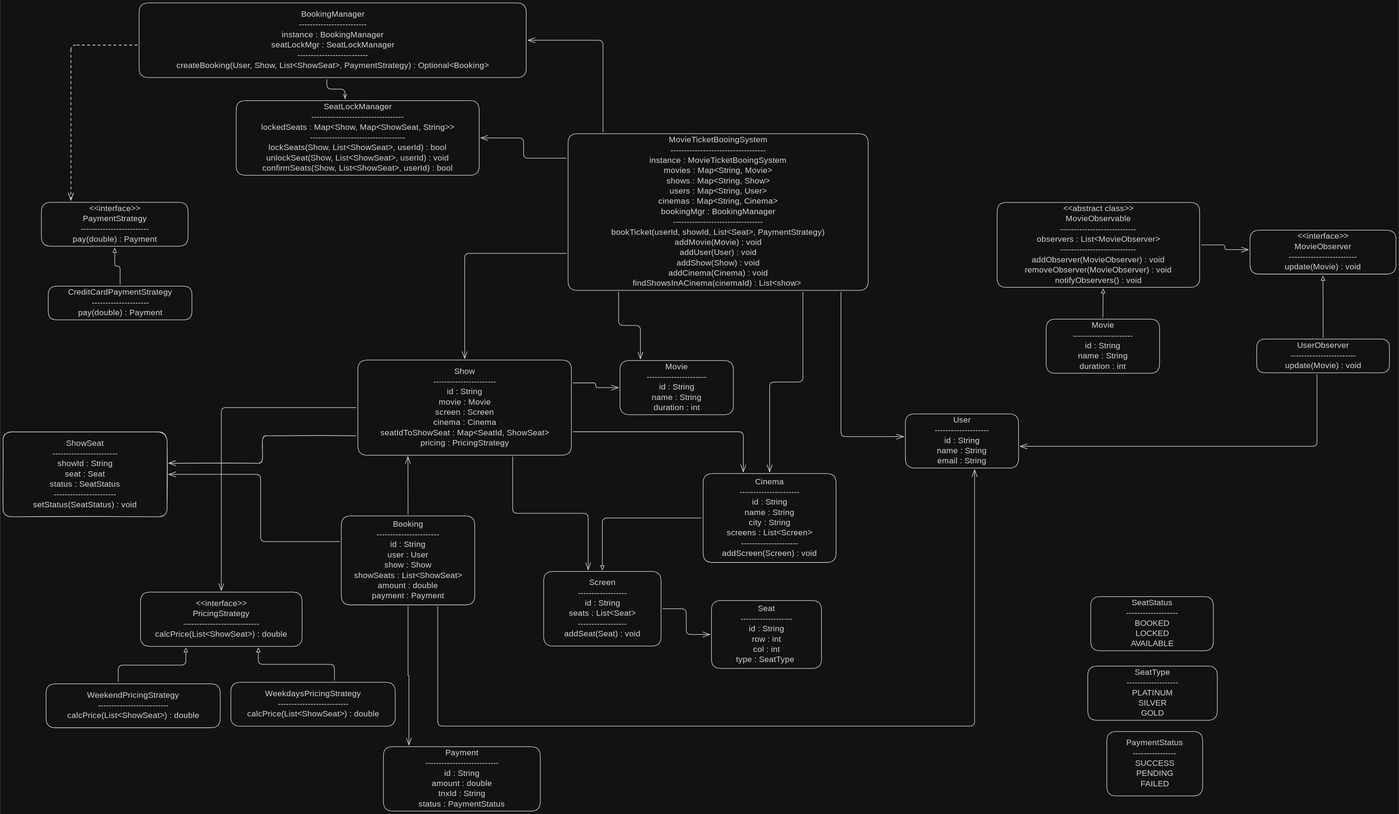
Above: Interview-Problems/src/BookMyShow/images/movie-ticket-booking-uml.excalidraw.svg in ayush-gupta-04/Low-Level-design (Excalidraw), before the change. Source tidied: one line per element, renumbered; positions are measured from the earlier drawing's top-left corner, leaving out a move shared by most shapes.
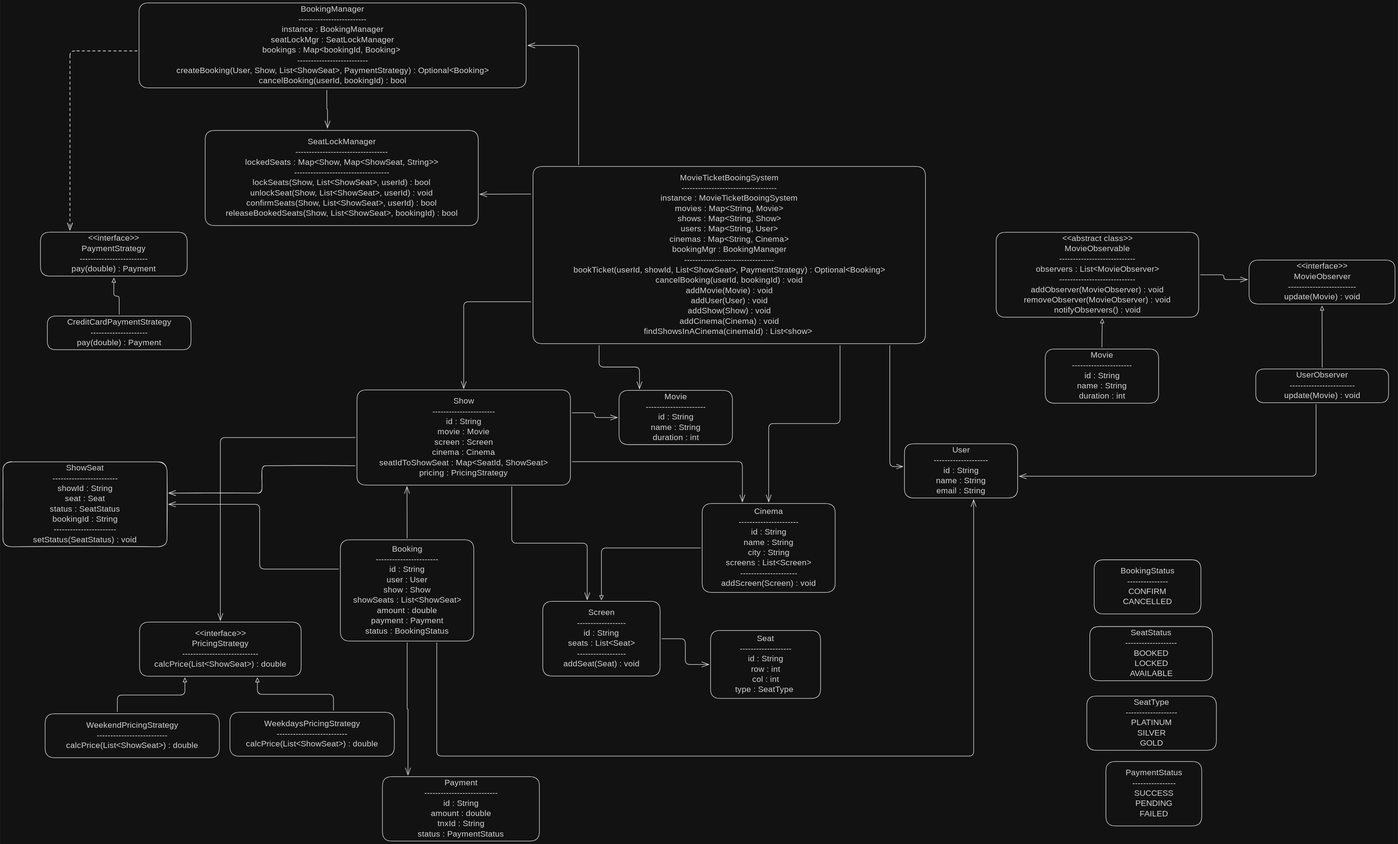
Above is the later version.

Commit message:
updated images in book my show

What changed in the source:
```diff
@@ -12,8 +12,8 @@
 {"id": 11, "type": "text", "text": "Show\n-----------------------\nid : String\nmovie : Movie\nscreen : Screen\ncinema : Cinema\nseatIdToShowSeat : Map<SeatId, ShowSeat>\npricing : PricingStrategy", "strokeColor": "#1e1e1e", "strokeWidth": 2, "roughness": 0, "fontSize": 28, "fontFamily": 8, "textAlign": "center", "verticalAlign": "middle", "inside": 10, "x": 1269, "y": 1242, "width": 616, "height": 280}
 {"id": 12, "type": "rectangle", "strokeColor": "#1e1e1e", "strokeWidth": 2, "roughness": 0, "round": true, "x": 1300, "y": 2540, "width": 536, "height": 220}
 {"id": 13, "type": "text", "text": "Payment\n---------------------------\nid : String\namount : double\ntnxId : String\nstatus : PaymentStatus", "strokeColor": "#1e1e1e", "strokeWidth": 2, "roughness": 0, "fontSize": 28, "fontFamily": 8, "textAlign": "center", "verticalAlign": "middle", "inside": 12, "x": 1360, "y": 2545, "width": 416, "height": 210}
-{"id": 14, "type": "rectangle", "strokeColor": "#1e1e1e", "strokeWidth": 2, "roughness": 0, "round": true, "x": 1156, "y": 1752, "width": 456, "height": 304}
+{"id": 14, "type": "rectangle", "strokeColor": "#1e1e1e", "strokeWidth": 2, "roughness": 0, "round": true, "x": 1156, "y": 1732, "width": 456, "height": 346}
-{"id": 15, "type": "text", "text": "Booking\n-----------------------\nid : String\nuser : User\nshow : Show\nshowSeats : List<ShowSeat>\namount : double\npayment : Payment", "strokeColor": "#1e1e1e", "strokeWidth": 2, "roughness": 0, "fontSize": 28, "fontFamily": 8, "textAlign": "center", "verticalAlign": "middle", "inside": 14, "x": 1184, "y": 1764, "width": 400, "height": 280}
+{"id": 15, "type": "text", "text": "Booking\n-----------------------\nid : String\nuser : User\nshow : Show\nshowSeats : List<ShowSeat>\namount : double\npayment : Payment\nstatus : BookingStatus", "strokeColor": "#1e1e1e", "strokeWidth": 2, "roughness": 0, "fontSize": 28, "fontFamily": 8, "textAlign": "center", "verticalAlign": "middle", "inside": 14, "x": 1184, "y": 1747, "width": 400, "height": 315}
 {"id": 16, "type": "rectangle", "strokeColor": "#1e1e1e", "strokeWidth": 2, "roughness": 0, "round": true, "x": 3397, "y": 682, "width": 692, "height": 290}
 {"id": 17, "type": "text", "text": "<<abstract class>>\nMovieObservable\n----------------------------\nobservers : List<MovieObserver>\n----------------------------\naddObserver(MovieObserver) : void\nremoveObserver(MovieObserver) : void\nnotifyObservers() : void", "strokeColor": "#1e1e1e", "strokeWidth": 2, "roughness": 0, "fontSize": 28, "fontFamily": 8, "textAlign": "center", "verticalAlign": "middle", "inside": 16, "x": 3465, "y": 687, "width": 554, "height": 280}
 {"id": 18, "type": "rectangle", "strokeColor": "#1e1e1e", "strokeWidth": 2, "roughness": 0, "round": true, "x": 4261, "y": 776, "width": 499, "height": 150}
@@ -26,25 +26,25 @@
 {"id": 25, "type": "text", "text": "WeekendPricingStrategy\n--------------------------\ncalcPrice(List<ShowSeat>) : double", "strokeColor": "#1e1e1e", "strokeWidth": 2, "roughness": 0, "fontSize": 28, "fontFamily": 8, "textAlign": "center", "verticalAlign": "middle", "inside": 24, "x": 183, "y": 2348, "width": 524, "height": 105}
 {"id": 26, "type": "rectangle", "strokeColor": "#1e1e1e", "strokeWidth": 2, "roughness": 0, "round": true, "x": 778, "y": 2321, "width": 562, "height": 150}
 {"id": 27, "type": "text", "text": "WeekdaysPricingStrategy\n--------------------------\ncalcPrice(List<ShowSeat>) : double", "strokeColor": "#1e1e1e", "strokeWidth": 2, "roughness": 0, "fontSize": 28, "fontFamily": 8, "textAlign": "center", "verticalAlign": "middle", "inside": 26, "x": 798, "y": 2343, "width": 524, "height": 105}
-{"id": 28, "type": "rectangle", "strokeColor": "#1e1e1e", "strokeWidth": 2, "roughness": 0, "round": true, "x": 465, "y": 0, "width": 1323, "height": 255}
+{"id": 28, "type": "rectangle", "strokeColor": "#1e1e1e", "strokeWidth": 2, "roughness": 0, "round": true, "x": 468, "y": -102, "width": 1323, "height": 290}
-{"id": 29, "type": "text", "text": "BookingManager\n-------------------------\ninstance : BookingManager\nseatLockMgr : SeatLockManager\n--------------------------\ncreateBooking(User, Show, List<ShowSeat>, PaymentStrategy) : Optional<Booking>", "strokeColor": "#1e1e1e", "strokeWidth": 2, "roughness": 0, "fontSize": 28, "fontFamily": 8, "textAlign": "center", "verticalAlign": "middle", "inside": 28, "x": 526, "y": 22, "width": 1201, "height": 210}
+{"id": 29, "type": "text", "text": "BookingManager\n-------------------------\ninstance : BookingManager\nseatLockMgr : SeatLockManager\nbookings : Map<bookingId, Booking> \n--------------------------\ncreateBooking(User, Show, List<ShowSeat>, PaymentStrategy) : Optional<Booking>\ncancelBooking(userId, bookingId) : bool", "strokeColor": "#1e1e1e", "strokeWidth": 2, "roughness": 0, "fontSize": 28, "fontFamily": 8, "textAlign": "center", "verticalAlign": "middle", "inside": 28, "x": 529, "y": -97, "width": 1201, "height": 280}
 {"id": 30, "type": "rectangle", "strokeColor": "#1e1e1e", "strokeWidth": 2, "roughness": 0, "round": true, "x": 131, "y": 681, "width": 501, "height": 150}
 {"id": 31, "type": "text", "text": "<<interface>>\nPaymentStrategy\n-------------------------\npay(double) : Payment", "strokeColor": "#1e1e1e", "strokeWidth": 2, "roughness": 0, "fontSize": 28, "fontFamily": 8, "textAlign": "center", "verticalAlign": "middle", "inside": 30, "x": 189, "y": 686, "width": 385, "height": 140}
 {"id": 32, "type": "rectangle", "strokeColor": "#1e1e1e", "strokeWidth": 2, "roughness": 0, "round": true, "x": 155, "y": 968, "width": 491, "height": 115}
 {"id": 33, "type": "text", "text": "CreditCardPaymentStrategy\n---------------------\npay(double) : Payment", "strokeColor": "#1e1e1e", "strokeWidth": 2, "roughness": 0, "fontSize": 28, "fontFamily": 8, "textAlign": "center", "verticalAlign": "middle", "inside": 32, "x": 208, "y": 973, "width": 385, "height": 105}
 {"id": 34, "type": "rectangle", "strokeColor": "#1e1e1e", "strokeWidth": 2, "roughness": 0, "round": true, "x": 3083, "y": 1404, "width": 387, "height": 185}
 {"id": 35, "type": "text", "text": "User\n--------------------\nid : String\nname : String\nemail : String", "strokeColor": "#1e1e1e", "strokeWidth": 2, "roughness": 0, "fontSize": 28, "fontFamily": 8, "textAlign": "center", "verticalAlign": "middle", "inside": 34, "x": 3123, "y": 1409, "width": 308, "height": 175}
-{"id": 36, "type": "rectangle", "strokeColor": "#1e1e1e", "strokeWidth": 2, "roughness": 0, "round": true, "x": 1931, "y": 447, "width": 1026, "height": 535}
+{"id": 36, "type": "rectangle", "strokeColor": "#1e1e1e", "strokeWidth": 2, "roughness": 0, "round": true, "x": 1814, "y": 457, "width": 1341, "height": 605}
-{"id": 37, "type": "text", "text": "MovieTicketBooingSystem\n-----------------------------------\ninstance : MovieTicketBooingSystem\nmovies : Map<String, Movie>\nshows : Map<String, Show>\nusers : Map<String, User>\ncinemas : Map<String, Cinema>\nbookingMgr : BookingManager\n---------------------------------\nbookTicket(userId, showId, List<Seat>, PaymentStrategy)\naddMovie(Movie) : void\naddUser(User) : void\naddShow(Show) : void\naddCinema(Cinema) : void\nfindShowsInACinema(cinemaId) : List<show> ", "strokeColor": "#1e1e1e", "strokeWidth": 2, "roughness": 0, "fontSize": 28, "fontFamily": 8, "textAlign": "center", "verticalAlign": "middle", "inside": 36, "x": 2020, "y": 452, "width": 847, "height": 525}
+{"id": 37, "type": "text", "text": "MovieTicketBooingSystem\n-----------------------------------\ninstance : MovieTicketBooingSystem\nmovies : Map<String, Movie>\nshows : Map<String, Show>\nusers : Map<String, User>\ncinemas : Map<String, Cinema>\nbookingMgr : BookingManager\n---------------------------------\nbookTicket(userId, showId, List<ShowSeat>, PaymentStrategy) : Optional<Booking>\ncancelBooking(userId, bookingId) : void\naddMovie(Movie) : void\naddUser(User) : void\naddShow(Show) : void\naddCinema(Cinema) : void\nfindShowsInACinema(cinemaId) : List<show> ", "strokeColor": "#1e1e1e", "strokeWidth": 2, "roughness": 0, "fontSize": 28, "fontFamily": 8, "textAlign": "center", "verticalAlign": "middle", "inside": 36, "x": 1876, "y": 479, "width": 1217, "height": 560}
-{"id": 38, "type": "rectangle", "strokeColor": "#1e1e1e", "strokeWidth": 2, "roughness": 0, "round": true, "x": 797, "y": 334, "width": 830, "height": 255}
+{"id": 38, "type": "rectangle", "strokeColor": "#1e1e1e", "strokeWidth": 2, "roughness": 0, "round": true, "x": 694, "y": 334, "width": 933, "height": 325}
-{"id": 39, "type": "text", "text": "SeatLockManager\n----------------------------------\nlockedSeats : Map<Show, Map<ShowSeat, String>>\n-----------------------------------\nlockSeats(Show, List<ShowSeat>, userId) : bool\nunlockSeat(Show, List<ShowSeat>, userId) : void\nconfirmSeats(Show, List<ShowSeat>, userId) : bool", "strokeColor": "#1e1e1e", "strokeWidth": 2, "roughness": 0, "fontSize": 28, "fontFamily": 8, "textAlign": "center", "verticalAlign": "middle", "inside": 38, "x": 835, "y": 339, "width": 755, "height": 245}
+{"id": 39, "type": "text", "text": "SeatLockManager\n----------------------------------\nlockedSeats : Map<Show, Map<ShowSeat, String>>\n-----------------------------------\nlockSeats(Show, List<ShowSeat>, userId) : bool\nunlockSeat(Show, List<ShowSeat>, userId) : void\nconfirmSeats(Show, List<ShowSeat>, userId) : bool\nreleaseBookedSeats(Show, List<ShowSeat>, bookingId) : bool", "strokeColor": "#1e1e1e", "strokeWidth": 2, "roughness": 0, "fontSize": 28, "fontFamily": 8, "textAlign": "center", "verticalAlign": "middle", "inside": 38, "x": 714, "y": 356, "width": 893, "height": 280}
-{"id": 40, "type": "arrow", "strokeColor": "#1e1e1e", "strokeWidth": 2, "roughness": 0, "endArrowhead": "arrow", "from": 36, "to": 28, "x": 2050, "y": 441, "width": 256, "height": 314, "points": [[0, 0], [0, -314], [-256, -314]]}
+{"id": 40, "type": "arrow", "strokeColor": "#1e1e1e", "strokeWidth": 2, "roughness": 0, "endArrowhead": "arrow", "from": 36, "to": 28, "x": 1970, "y": 450, "width": 173, "height": 407, "points": [[0, 0], [0, -407], [-173, -407]]}
-{"id": 41, "type": "arrow", "strokeColor": "#1e1e1e", "strokeWidth": 2, "roughness": 0, "endArrowhead": "arrow", "from": 36, "to": 38, "x": 1925, "y": 530, "width": 292, "height": 69, "points": [[0, 0], [-146, 0], [-146, -69], [-292, -69]]}
+{"id": 41, "type": "arrow", "strokeColor": "#1e1e1e", "strokeWidth": 2, "roughness": 0, "endArrowhead": "arrow", "from": 36, "to": 38, "x": 1806, "y": 551, "width": 173, "height": 0, "points": [[0, 0], [-173, 0]]}
-{"id": 42, "type": "arrow", "strokeColor": "#1e1e1e", "strokeWidth": 2, "roughness": 0, "endArrowhead": "arrow", "from": 28, "to": 38, "x": 1107, "y": 262, "width": 62, "height": 65, "points": [[0, 0], [0, 32], [62, 32], [62, 65]]}
+{"id": 42, "type": "arrow", "strokeColor": "#1e1e1e", "strokeWidth": 2, "roughness": 0, "endArrowhead": "arrow", "from": 28, "to": 38, "x": 1110, "y": 196, "width": 2, "height": 129, "points": [[0, 0], [0, 65], [2, 65], [2, 129]]}
-{"id": 43, "type": "arrow", "strokeColor": "#1e1e1e", "strokeWidth": 2, "roughness": 0, "endArrowhead": "arrow", "from": 36, "to": 4, "x": 2733, "y": 988, "width": 114, "height": 614, "points": [[0, 0], [0, 307], [-114, 307], [-114, 614]]}
+{"id": 43, "type": "arrow", "strokeColor": "#1e1e1e", "strokeWidth": 2, "roughness": 0, "endArrowhead": "arrow", "from": 36, "to": 4, "x": 2863, "y": 1068, "width": 244, "height": 534, "points": [[0, 0], [0, 267], [-244, 267], [-244, 534]]}
-{"id": 44, "type": "arrow", "strokeColor": "#1e1e1e", "strokeWidth": 2, "roughness": 0, "endArrowhead": "arrow", "from": 36, "to": 34, "x": 2863, "y": 988, "width": 214, "height": 494, "points": [[0, 0], [0, 494], [214, 494]]}
+{"id": 44, "type": "arrow", "strokeColor": "#1e1e1e", "strokeWidth": 2, "roughness": 0, "endArrowhead": "arrow", "from": 36, "to": 34, "x": 3033, "y": 1068, "width": 44, "height": 413, "points": [[0, 0], [0, 413], [44, 413]]}
-{"id": 45, "type": "arrow", "strokeColor": "#1e1e1e", "strokeWidth": 2, "roughness": 0, "endArrowhead": "arrow", "from": 36, "to": 10, "x": 1925, "y": 855, "width": 347, "height": 359, "points": [[0, 0], [-347, 0], [-347, 359]]}
+{"id": 45, "type": "arrow", "strokeColor": "#1e1e1e", "strokeWidth": 2, "roughness": 0, "endArrowhead": "arrow", "from": 36, "to": 10, "x": 1806, "y": 919, "width": 229, "height": 296, "points": [[0, 0], [-229, 0], [-229, 296]]}
-{"id": 46, "type": "arrow", "strokeColor": "#1e1e1e", "strokeWidth": 2, "roughness": 0, "endArrowhead": "arrow", "from": 36, "to": 6, "x": 2103, "y": 988, "width": 75, "height": 228, "points": [[0, 0], [0, 114], [75, 114], [75, 228]]}
+{"id": 46, "type": "arrow", "strokeColor": "#1e1e1e", "strokeWidth": 2, "roughness": 0, "endArrowhead": "arrow", "from": 36, "to": 6, "x": 2040, "y": 1068, "width": 138, "height": 147, "points": [[0, 0], [0, 73], [138, 73], [138, 147]]}
 {"id": 47, "type": "arrow", "strokeColor": "#1e1e1e", "strokeWidth": 2, "roughness": 0, "endArrowhead": "arrow", "from": 10, "to": 6, "x": 1948, "y": 1298, "width": 154, "height": 16, "points": [[0, 0], [77, 0], [77, 16], [154, 16]]}
 {"id": 48, "type": "arrow", "strokeColor": "#1e1e1e", "strokeWidth": 2, "roughness": 0, "endArrowhead": "arrow", "from": 10, "to": 2, "x": 1741, "y": 1550, "width": 258, "height": 386, "points": [[0, 0], [0, 193], [258, 193], [258, 386]]}
 {"id": 49, "type": "arrow", "strokeColor": "#1e1e1e", "strokeWidth": 2, "roughness": 0, "endArrowhead": "arrow", "from": 10, "to": 22, "x": 1206, "y": 1382, "width": 461, "height": 624, "points": [[0, 0], [-461, 0], [-461, 624]]}
@@ -52,11 +52,11 @@
 {"id": 51, "type": "arrow", "strokeColor": "#1e1e1e", "strokeWidth": 2, "roughness": 0, "endArrowhead": "triangle_outline", "from": 26, "to": 22, "x": 1132, "y": 2314, "width": 260, "height": 110, "points": [[0, 0], [0, -55], [-260, -55], [-260, -110]]}
 {"id": 52, "type": "arrow", "strokeColor": "#1e1e1e", "strokeWidth": 2, "roughness": 0, "endArrowhead": "triangle_outline", "from": 4, "to": 2, "x": 2386, "y": 1759, "width": 338, "height": 176, "points": [[0, 0], [-338, 0], [-338, 176]]}
 {"id": 53, "type": "arrow", "strokeColor": "#1e1e1e", "strokeWidth": 2, "roughness": 0, "endArrowhead": "arrow", "from": 2, "to": 0, "x": 2254, "y": 2069, "width": 160, "height": 88, "points": [[0, 0], [80, 0], [80, 88], [160, 88]]}
-{"id": 54, "type": "arrow", "strokeColor": "#1e1e1e", "strokeWidth": 2, "roughness": 0, "endArrowhead": "arrow", "from": 14, "to": 10, "x": 1384, "y": 1747, "width": 0, "height": 197, "points": [[0, 0], [0, -197]]}
+{"id": 54, "type": "arrow", "strokeColor": "#1e1e1e", "strokeWidth": 2, "roughness": 0, "endArrowhead": "arrow", "from": 14, "to": 10, "x": 1384, "y": 1726, "width": 0, "height": 176, "points": [[0, 0], [0, -176]]}
-{"id": 55, "type": "arrow", "strokeColor": "#1e1e1e", "strokeWidth": 2, "roughness": 0, "endArrowhead": "arrow", "from": 14, "to": 12, "x": 1384, "y": 2061, "width": 3, "height": 473, "points": [[0, 0], [0, 237], [3, 237], [3, 473]]}
+{"id": 55, "type": "arrow", "strokeColor": "#1e1e1e", "strokeWidth": 2, "roughness": 0, "endArrowhead": "arrow", "from": 14, "to": 12, "x": 1384, "y": 2083, "width": 3, "height": 451, "points": [[0, 0], [0, 226], [3, 226], [3, 451]]}
-{"id": 56, "type": "arrow", "strokeColor": "#1e1e1e", "strokeWidth": 2, "roughness": 0, "endArrowhead": "arrow", "from": 14, "to": 34, "x": 1485, "y": 2061, "width": 1834, "height": 875, "points": [[0, 0], [0, 409], [1834, 409], [1834, -467]]}
+{"id": 56, "type": "arrow", "strokeColor": "#1e1e1e", "strokeWidth": 2, "roughness": 0, "endArrowhead": "arrow", "from": 14, "to": 34, "x": 1485, "y": 2083, "width": 1834, "height": 875, "points": [[0, 0], [0, 387], [1834, 387], [1834, -488]]}
 {"id": 57, "type": "arrow", "strokeColor": "#1e1e1e", "strokeWidth": 2, "roughness": 0, "endArrowhead": "triangle_outline", "from": 32, "to": 30, "x": 400, "y": 962, "width": 18, "height": 123, "points": [[0, 0], [0, -62], [-18, -62], [-18, -123]]}
-{"id": 58, "type": "arrow", "strokeColor": "#1e1e1e", "strokeWidth": 2, "strokeStyle": "dashed", "roughness": 0, "endArrowhead": "arrow", "from": 28, "to": 30, "x": 458, "y": 144, "width": 226, "height": 529, "points": [[0, 0], [-226, 0], [-226, 529]]}
+{"id": 58, "type": "arrow", "strokeColor": "#1e1e1e", "strokeWidth": 2, "strokeStyle": "dashed", "roughness": 0, "endArrowhead": "arrow", "from": 28, "to": 30, "x": 461, "y": 62, "width": 229, "height": 611, "points": [[0, 0], [-229, 0], [-229, 611]]}
 {"id": 59, "type": "arrow", "strokeColor": "#1e1e1e", "strokeWidth": 2, "roughness": 0, "endArrowhead": "triangle_outline", "from": 20, "to": 18, "x": 4511, "y": 1142, "width": 0, "height": 208, "points": [[0, 0], [0, -208]]}
 {"id": 60, "type": "arrow", "strokeColor": "#1e1e1e", "strokeWidth": 2, "roughness": 0, "endArrowhead": "triangle_outline", "from": 8, "to": 16, "x": 3758, "y": 1074, "width": 1, "height": 97, "points": [[0, 0], [1, -97]]}
 {"id": 61, "type": "arrow", "strokeColor": "#1e1e1e", "strokeWidth": 2, "roughness": 0, "endArrowhead": "arrow", "from": 16, "to": 18, "x": 4095, "y": 827, "width": 160, "height": 16, "points": [[0, 0], [80, 0], [80, 16], [160, 16]]}
@@ -68,7 +68,9 @@
 {"id": 67, "type": "rectangle", "strokeColor": "#1e1e1e", "strokeWidth": 2, "roughness": 0, "round": true, "x": 3772, "y": 2489, "width": 327, "height": 220}
 {"id": 68, "type": "text", "text": "PaymentStatus\n----------------\nSUCCESS\nPENDING\nFAILED", "strokeColor": "#1e1e1e", "strokeWidth": 2, "roughness": 0, "fontSize": 28, "fontFamily": 8, "textAlign": "center", "verticalAlign": "middle", "inside": 67, "x": 3812, "y": 2511, "width": 246, "height": 175}
 {"id": 69, "type": "arrow", "strokeColor": "#1e1e1e", "strokeWidth": 2, "roughness": 0, "endArrowhead": "arrow", "from": 10, "to": 4, "x": 1948, "y": 1465, "width": 581, "height": 137, "points": [[0, 0], [581, 0], [581, 137]]}
-{"id": 70, "type": "rectangle", "strokeColor": "#1e1e1e", "strokeWidth": 2, "roughness": 1, "round": true, "x": 0, "y": 1465, "width": 561, "height": 290}
+{"id": 70, "type": "rectangle", "strokeColor": "#1e1e1e", "strokeWidth": 2, "roughness": 1, "round": true, "x": 3, "y": 1465, "width": 561, "height": 290}
+{"id": 72, "type": "text", "text": "ShowSeat\n------------------------\nshowId : String\nseat : Seat\nstatus : SeatStatus\nbookingId : String\n-----------------------\nsetStatus(SeatStatus) : void", "strokeColor": "#1e1e1e", "strokeWidth": 2, "roughness": 1, "fontSize": 28, "fontFamily": 8, "textAlign": "center", "verticalAlign": "middle", "inside": 70, "x": 68, "y": 1470, "width": 431, "height": 280}
-{"id": 71, "type": "arrow", "strokeColor": "#1e1e1e", "strokeWidth": 2, "roughness": 0, "endArrowhead": "arrow", "from": 14, "to": 70, "x": 1150, "y": 1840, "width": 583, "height": 230, "points": [[0, 0], [-270, 0], [-270, -230], [-583, -230]]}
+{"id": 71, "type": "arrow", "strokeColor": "#1e1e1e", "strokeWidth": 2, "roughness": 0, "endArrowhead": "arrow", "from": 14, "to": 70, "x": 1150, "y": 1831, "width": 580, "height": 221, "points": [[0, 0], [-270, 0], [-270, -221], [-580, -221]]}
-{"id": 72, "type": "text", "text": "ShowSeat\n------------------------\nshowId : String\nseat : Seat\nstatus : SeatStatus\n-----------------------\nsetStatus(SeatStatus) : void", "strokeColor": "#1e1e1e", "strokeWidth": 2, "roughness": 1, "fontSize": 28, "fontFamily": 8, "textAlign": "center", "verticalAlign": "middle", "inside": 70, "x": 65, "y": 1488, "width": 431, "height": 245}
-{"id": 73, "type": "arrow", "strokeColor": "#1e1e1e", "strokeWidth": 2, "roughness": 1, "endArrowhead": "arrow", "from": 10, "to": 70, "x": 1206, "y": 1479, "width": 640, "height": 93, "points": [[0, 0], [-320, 0], [-320, 93], [-640, 93]]}
+{"id": 73, "type": "arrow", "strokeColor": "#1e1e1e", "strokeWidth": 2, "roughness": 1, "endArrowhead": "arrow", "from": 10, "to": 70, "x": 1206, "y": 1479, "width": 637, "height": 93, "points": [[0, 0], [-318, 0], [-318, 93], [-637, 93]]}
+{"id": 74, "type": "rectangle", "strokeColor": "#1e1e1e", "strokeWidth": 2, "roughness": 0, "round": true, "x": 3732, "y": 1800, "width": 365, "height": 185}
+{"id": 75, "type": "text", "text": "BookingStatus\n---------------\nCONFIRM\nCANCELLED", "strokeColor": "#1e1e1e", "strokeWidth": 2, "roughness": 1, "fontSize": 28, "fontFamily": 8, "textAlign": "center", "verticalAlign": "middle", "inside": 74, "x": 3798, "y": 1822, "width": 231, "height": 140}
```
